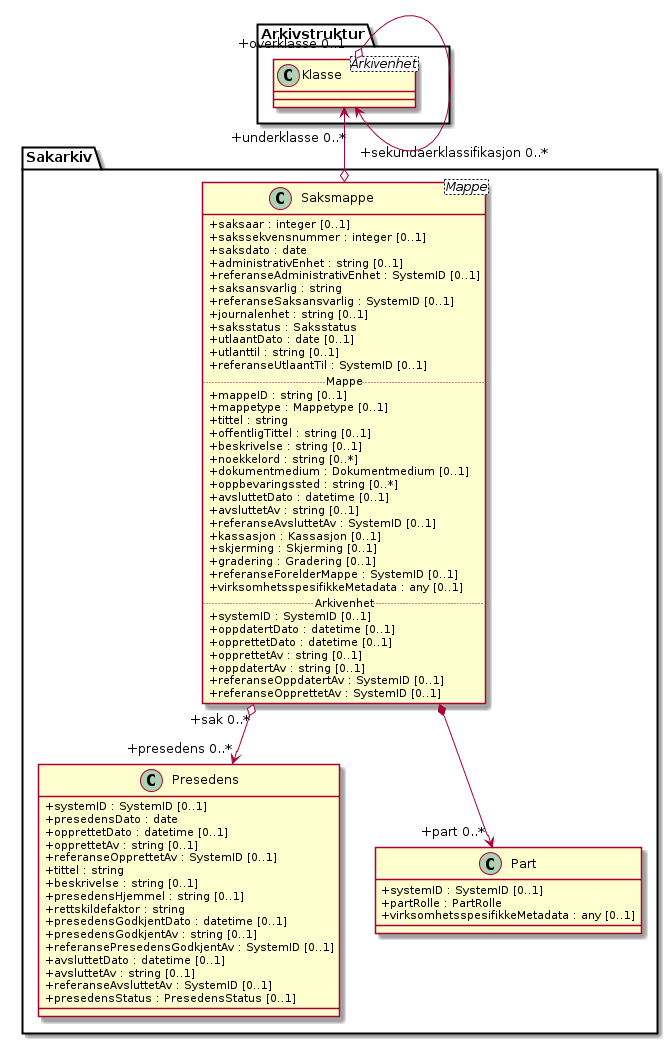
This is kapitler/media/uml-saksmappe.png from arkivverket/noark5-tjenestegrensesnitt-standard, a PlantUML export, as it was before one commit.
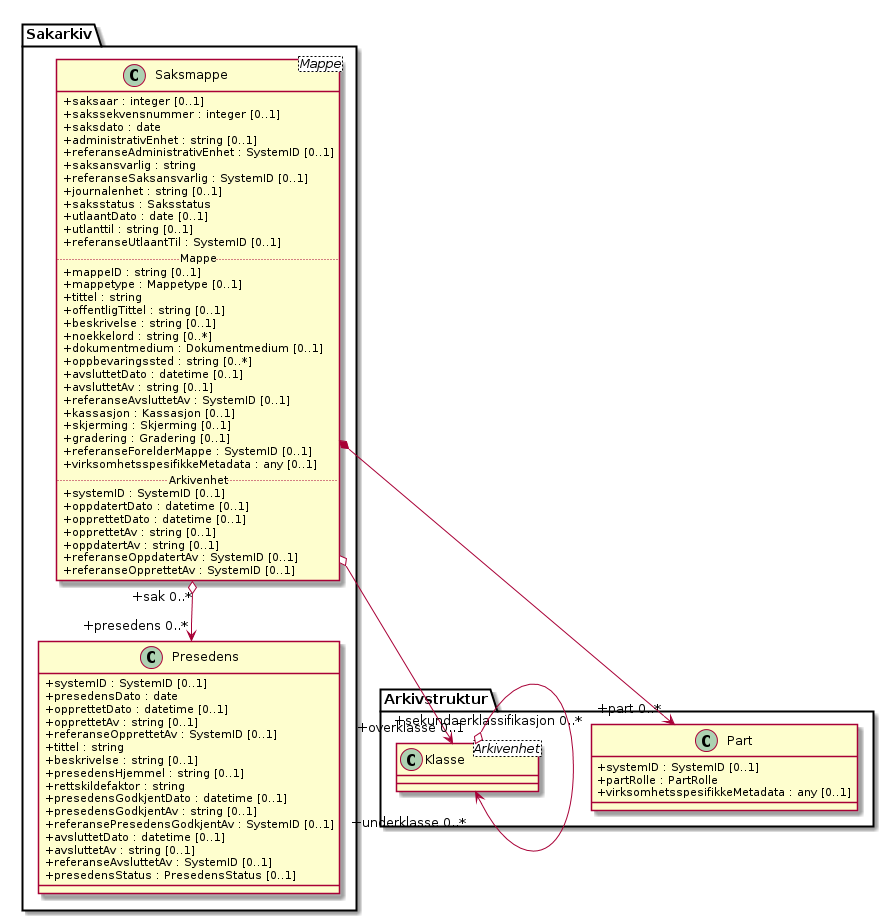
The same file after the commit.

The edit, as a diff of the source:
```diff
@@ -60,7 +60,7 @@
   +referanseAvsluttetAv : SystemID [0..1]
   +presedensStatus : PresedensStatus [0..1]
 }
-class Sakarkiv.Part {
+class Arkivstruktur.Part {
   +systemID : SystemID [0..1]
   +partRolle : PartRolle
   +virksomhetsspesifikkeMetadata : any [0..1]
@@ -70,6 +70,6 @@
 Arkivstruktur.Klasse "\n\n+sekundaerklassifikasjon 0..*"  <--o Sakarkiv.Saksmappe
 Arkivstruktur.Klasse "+overklasse 0..1" o--> "\n+underklasse 0..*" Arkivstruktur.Klasse
 Sakarkiv.Saksmappe "+sak 0..*" o--> "+presedens 0..*" Sakarkiv.Presedens
-Sakarkiv.Saksmappe *--> "+part 0..*" Sakarkiv.Part
+Sakarkiv.Saksmappe *--> "+part 0..*" Arkivstruktur.Part
 
 @enduml
```
